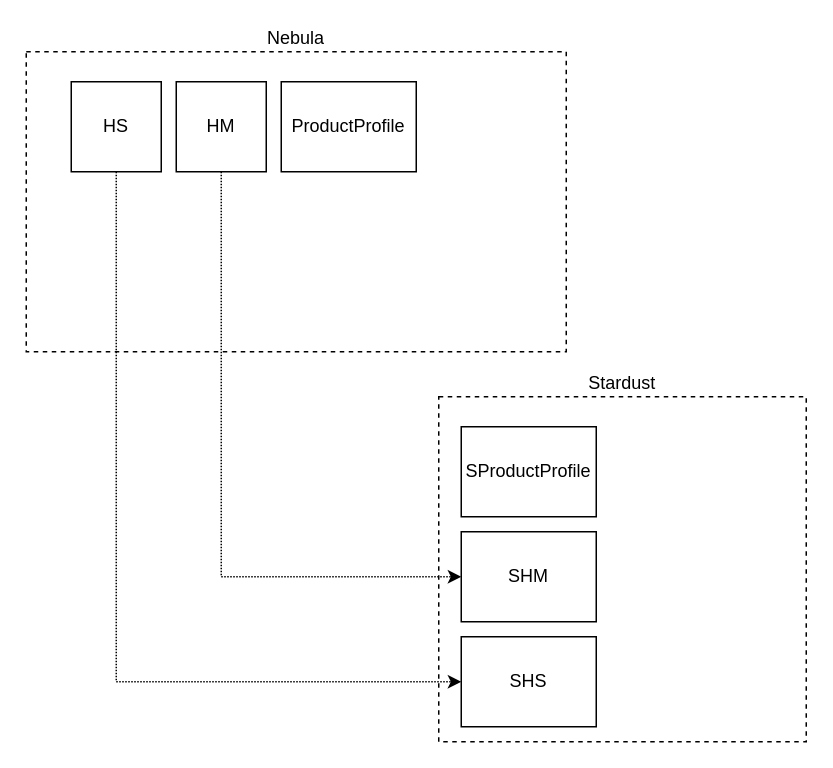
The draw.io diagram Untitled Diagram.drawio in ilya-shaydullin/yii2-filemanager, before the edit. Source tidied: cells renumbered, new cells numbered last; positions are measured from the earlier drawing's top-left corner, leaving out a move shared by most shapes. Both pictures are drawn from the tidied source at 150%, with x=0, y=0 at pixel (26, 51).
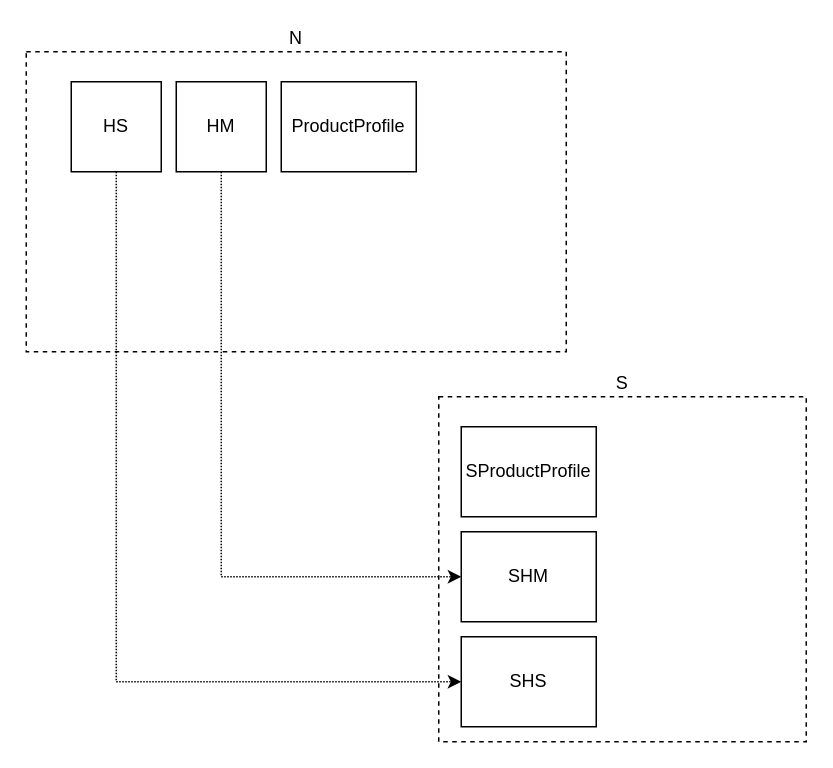
The same page after the edit.

Change to the diagram source:
```diff
@@
 <mxGraphModel>
   <root>
     <mxCell id="0" />
     <mxCell id="1" parent="0" />
-    <mxCell id="2" value="Nebula" style="rounded=0;whiteSpace=wrap;html=1;labelPosition=center;verticalLabelPosition=top;align=center;verticalAlign=bottom;dashed=1;" parent="1" vertex="1">
+    <mxCell id="2" value="N" style="rounded=0;whiteSpace=wrap;html=1;labelPosition=center;verticalLabelPosition=top;align=center;verticalAlign=bottom;dashed=1;" parent="1" vertex="1">
       <mxGeometry width="360" height="200" as="geometry" />
     </mxCell>
-    <mxCell id="3" value="Stardust&lt;br&gt;" style="rounded=0;whiteSpace=wrap;html=1;labelPosition=center;verticalLabelPosition=top;align=center;verticalAlign=bottom;dashed=1;" parent="1" vertex="1">
+    <mxCell id="3" value="S" style="rounded=0;whiteSpace=wrap;html=1;labelPosition=center;verticalLabelPosition=top;align=center;verticalAlign=bottom;dashed=1;" parent="1" vertex="1">
       <mxGeometry x="275" y="230" width="245" height="230" as="geometry" />
     </mxCell>
     <mxCell id="4" style="edgeStyle=orthogonalEdgeStyle;rounded=0;jettySize=auto;html=1;entryX=0;entryY=0.5;entryDx=0;entryDy=0;dashed=1;dashPattern=1 1;" parent="1" edge="1" source="5" target="8">
       <mxGeometry relative="1" as="geometry">
         <Array as="points">
           <mxPoint x="60" y="420" />
         </Array>
       </mxGeometry>
     </mxCell>
     <mxCell id="5" value="HS" style="rounded=0;whiteSpace=wrap;html=1;" parent="1" vertex="1">
       <mxGeometry x="30" y="20" width="60" height="60" as="geometry" />
     </mxCell>
     <mxCell id="6" style="edgeStyle=orthogonalEdgeStyle;rounded=0;jettySize=auto;html=1;entryX=0;entryY=0.5;entryDx=0;entryDy=0;dashed=1;dashPattern=1 1;" parent="1" edge="1" source="7" target="9">
       <mxGeometry relative="1" as="geometry">
         <Array as="points">
           <mxPoint x="130" y="350" />
         </Array>
       </mxGeometry>
     </mxCell>
     <mxCell id="7" value="HM" style="rounded=0;whiteSpace=wrap;html=1;" parent="1" vertex="1">
       <mxGeometry x="100" y="20" width="60" height="60" as="geometry" />
     </mxCell>
     <mxCell id="8" value="SHS" style="rounded=0;whiteSpace=wrap;html=1;" parent="1" vertex="1">
       <mxGeometry x="290" y="390" width="90" height="60" as="geometry" />
     </mxCell>
     <mxCell id="9" value="SHM" style="rounded=0;whiteSpace=wrap;html=1;" parent="1" vertex="1">
       <mxGeometry x="290" y="320" width="90" height="60" as="geometry" />
     </mxCell>
     <mxCell id="10" value="ProductProfile" style="rounded=0;whiteSpace=wrap;html=1;" parent="1" vertex="1">
       <mxGeometry x="170" y="20" width="90" height="60" as="geometry" />
     </mxCell>
     <mxCell id="11" value="SProductProfile" style="rounded=0;whiteSpace=wrap;html=1;" parent="1" vertex="1">
       <mxGeometry x="290" y="250" width="90" height="60" as="geometry" />
     </mxCell>
   </root>
 </mxGraphModel>
```
